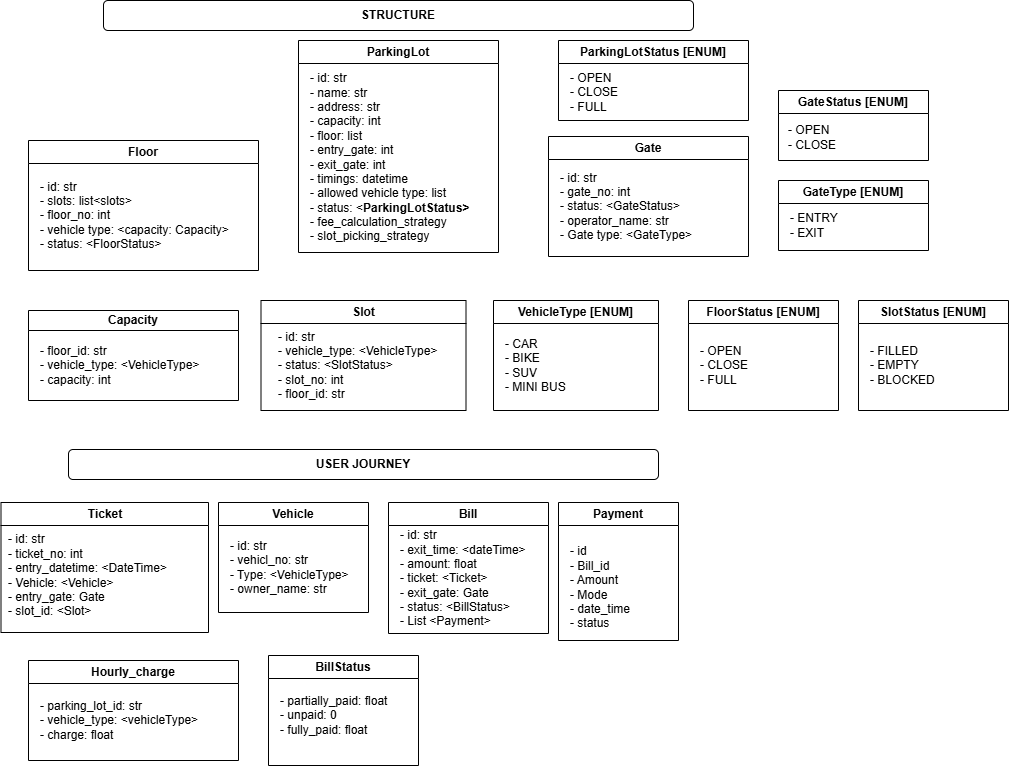
This is ParkingLot.png from ashu7mishra/ParkingLot, a draw.io export, as it was before one commit. Source tidied: cells renumbered, new cells last; positions are measured from the earlier drawing's top-left corner, leaving out a move shared by most shapes. The source it was exported from:
```xml
<mxGraphModel>
  <root>
    <mxCell id="0" />
    <mxCell id="1" parent="0" />
    <mxCell id="2" value="ParkingLot" style="swimlane;whiteSpace=wrap;html=1;" parent="1" vertex="1">
      <mxGeometry x="298" y="40" width="200" height="212" as="geometry" />
    </mxCell>
    <mxCell id="3" value="- id: str&lt;div&gt;- name: str&lt;/div&gt;&lt;div&gt;- address: str&lt;/div&gt;&lt;div&gt;- capacity: int&lt;/div&gt;&lt;div&gt;- floor: list&lt;/div&gt;&lt;div&gt;- entry_gate: int&lt;/div&gt;&lt;div&gt;- exit_gate: int&lt;/div&gt;&lt;div&gt;- timings: datetime&lt;/div&gt;&lt;div&gt;- allowed vehicle type: list&lt;/div&gt;&lt;div&gt;- status: &amp;lt;&lt;span style=&quot;font-weight: 700; text-align: center; text-wrap-mode: wrap; background-color: transparent; color: light-dark(rgb(0, 0, 0), rgb(255, 255, 255));&quot;&gt;ParkingLotStatus&amp;gt;&lt;/span&gt;&lt;/div&gt;&lt;div&gt;- fee_calculation_strategy&lt;/div&gt;&lt;div&gt;- slot_picking_strategy&lt;/div&gt;" style="text;html=1;align=left;verticalAlign=middle;strokeColor=none;fillColor=none;" parent="2" vertex="1">
      <mxGeometry x="10" y="22" width="180" height="190" as="geometry" />
    </mxCell>
    <mxCell id="4" value="Floor" style="swimlane;whiteSpace=wrap;html=1;" parent="1" vertex="1">
      <mxGeometry x="28" y="140" width="230" height="130" as="geometry" />
    </mxCell>
    <mxCell id="5" value="- id: str&lt;div&gt;- slots: list&amp;lt;slots&amp;gt;&lt;/div&gt;&lt;div&gt;- floor_no: int&lt;/div&gt;&lt;div&gt;- vehicle type: &amp;lt;capacity: Capacity&amp;gt;&lt;/div&gt;&lt;div&gt;- status: &amp;lt;FloorStatus&amp;gt;&lt;/div&gt;" style="text;html=1;align=left;verticalAlign=middle;strokeColor=none;fillColor=none;" parent="4" vertex="1">
      <mxGeometry x="10" y="30" width="210" height="90" as="geometry" />
    </mxCell>
    <mxCell id="6" value="Slot" style="swimlane;whiteSpace=wrap;html=1;" parent="1" vertex="1">
      <mxGeometry x="260.5" y="300" width="205" height="110" as="geometry" />
    </mxCell>
    <mxCell id="7" value="- id: str&lt;div&gt;- vehicle_type: &amp;lt;VehicleType&amp;gt;&lt;/div&gt;&lt;div&gt;- status: &amp;lt;SlotStatus&amp;gt;&lt;/div&gt;&lt;div&gt;- slot_no: int&lt;/div&gt;&lt;div&gt;- floor_id: str&lt;/div&gt;" style="text;html=1;align=left;verticalAlign=middle;strokeColor=none;fillColor=none;" parent="6" vertex="1">
      <mxGeometry x="15" y="20" width="180" height="90" as="geometry" />
    </mxCell>
    <mxCell id="8" value="Gate" style="swimlane;whiteSpace=wrap;html=1;" parent="1" vertex="1">
      <mxGeometry x="548" y="136" width="200" height="120" as="geometry" />
    </mxCell>
    <mxCell id="9" value="- id: str&lt;div&gt;- gate_no: int&lt;/div&gt;&lt;div&gt;- status: &amp;lt;GateStatus&amp;gt;&lt;/div&gt;&lt;div&gt;- operator_name: str&lt;/div&gt;&lt;div&gt;- Gate type: &amp;lt;GateType&amp;gt;&lt;/div&gt;" style="text;html=1;align=left;verticalAlign=middle;strokeColor=none;fillColor=none;" parent="8" vertex="1">
      <mxGeometry x="10" y="25" width="160" height="90" as="geometry" />
    </mxCell>
    <mxCell id="10" value="Ticket" style="swimlane;whiteSpace=wrap;html=1;" parent="1" vertex="1">
      <mxGeometry x="0.5" y="502" width="207.5" height="130" as="geometry" />
    </mxCell>
    <mxCell id="11" value="- id: str&lt;div&gt;- ticket_no: int&lt;/div&gt;&lt;div&gt;- entry_datetime: &amp;lt;DateTime&amp;gt;&lt;/div&gt;&lt;div&gt;- Vehicle: &amp;lt;Vehicle&amp;gt;&lt;/div&gt;&lt;div&gt;- entry_gate: Gate&lt;/div&gt;&lt;div&gt;- slot_id: &amp;lt;Slot&amp;gt;&lt;/div&gt;" style="text;html=1;align=left;verticalAlign=middle;strokeColor=none;fillColor=none;" parent="10" vertex="1">
      <mxGeometry x="5" y="23" width="180" height="100" as="geometry" />
    </mxCell>
    <mxCell id="12" value="Vehicle" style="swimlane;whiteSpace=wrap;html=1;" parent="1" vertex="1">
      <mxGeometry x="218" y="502" width="150" height="110" as="geometry" />
    </mxCell>
    <mxCell id="13" value="- id: str&lt;div&gt;- vehicl_no: str&lt;/div&gt;&lt;div&gt;- Type: &amp;lt;VehicleType&amp;gt;&lt;/div&gt;&lt;div&gt;- owner_name: str&lt;/div&gt;" style="text;html=1;align=left;verticalAlign=middle;strokeColor=none;fillColor=none;" parent="12" vertex="1">
      <mxGeometry x="10" y="30" width="140" height="70" as="geometry" />
    </mxCell>
    <mxCell id="14" value="Bill" style="swimlane;whiteSpace=wrap;html=1;" parent="1" vertex="1">
      <mxGeometry x="388" y="502" width="160" height="131" as="geometry" />
    </mxCell>
    <mxCell id="15" value="- id: str&lt;div&gt;- exit_time: &amp;lt;dateTime&amp;gt;&lt;/div&gt;&lt;div&gt;- amount: float&lt;/div&gt;&lt;div&gt;- ticket: &amp;lt;Ticket&amp;gt;&lt;/div&gt;&lt;div&gt;- exit_gate: Gate&lt;/div&gt;&lt;div&gt;- status: &amp;lt;BillStatus&amp;gt;&lt;/div&gt;&lt;div&gt;- List &amp;lt;Payment&amp;gt;&lt;/div&gt;" style="text;html=1;align=left;verticalAlign=middle;strokeColor=none;fillColor=none;" parent="14" vertex="1">
      <mxGeometry x="10" y="21" width="150" height="110" as="geometry" />
    </mxCell>
    <mxCell id="16" value="Payment" style="swimlane;whiteSpace=wrap;html=1;" parent="1" vertex="1">
      <mxGeometry x="558" y="502" width="120" height="138" as="geometry" />
    </mxCell>
    <mxCell id="17" value="- id&lt;div&gt;- Bill_id&lt;/div&gt;&lt;div&gt;- Amount&lt;/div&gt;&lt;div&gt;- Mode&lt;/div&gt;&lt;div&gt;- date_time&lt;/div&gt;&lt;div&gt;- status&lt;/div&gt;" style="text;html=1;align=left;verticalAlign=middle;strokeColor=none;fillColor=none;" parent="16" vertex="1">
      <mxGeometry x="10" y="35" width="80" height="100" as="geometry" />
    </mxCell>
    <mxCell id="18" value="&lt;b&gt;USER JOURNEY&lt;/b&gt;" style="rounded=1;whiteSpace=wrap;html=1;" parent="1" vertex="1">
      <mxGeometry x="68" y="449" width="590" height="30" as="geometry" />
    </mxCell>
    <mxCell id="19" value="&lt;b&gt;STRUCTURE&lt;/b&gt;" style="rounded=1;whiteSpace=wrap;html=1;" parent="1" vertex="1">
      <mxGeometry x="103" width="590" height="30" as="geometry" />
    </mxCell>
    <mxCell id="20" value="Hourly_charge" style="swimlane;whiteSpace=wrap;html=1;" parent="1" vertex="1">
      <mxGeometry x="28" y="660" width="210" height="100" as="geometry" />
    </mxCell>
    <mxCell id="21" value="- parking_lot_id: str&lt;div&gt;- vehicle_type: &amp;lt;vehicleType&amp;gt;&lt;/div&gt;&lt;div&gt;- charge: float&lt;/div&gt;" style="text;html=1;align=left;verticalAlign=middle;strokeColor=none;fillColor=none;" parent="20" vertex="1">
      <mxGeometry x="10" y="30" width="180" height="60" as="geometry" />
    </mxCell>
    <mxCell id="22" value="Capacity" style="swimlane;whiteSpace=wrap;html=1;startSize=20;" parent="1" vertex="1">
      <mxGeometry x="28" y="310" width="210" height="90" as="geometry" />
    </mxCell>
    <mxCell id="23" value="- floor_id: str&lt;div&gt;- vehicle_type: &amp;lt;VehicleType&amp;gt;&lt;/div&gt;&lt;div&gt;- capacity: int&lt;/div&gt;" style="text;html=1;align=left;verticalAlign=middle;strokeColor=none;fillColor=none;" parent="22" vertex="1">
      <mxGeometry x="10" y="25" width="180" height="60" as="geometry" />
    </mxCell>
    <mxCell id="24" value="VehicleType [ENUM]" style="swimlane;whiteSpace=wrap;html=1;" parent="1" vertex="1">
      <mxGeometry x="493" y="300" width="165" height="110" as="geometry" />
    </mxCell>
    <mxCell id="25" value="- CAR&lt;div&gt;- BIKE&lt;/div&gt;&lt;div&gt;- SUV&lt;/div&gt;&lt;div&gt;- MINI BUS&lt;/div&gt;" style="text;html=1;align=left;verticalAlign=middle;strokeColor=none;fillColor=none;" parent="24" vertex="1">
      <mxGeometry x="10" y="30" width="80" height="70" as="geometry" />
    </mxCell>
    <mxCell id="26" value="FloorStatus [ENUM]" style="swimlane;whiteSpace=wrap;html=1;" parent="1" vertex="1">
      <mxGeometry x="688" y="300" width="150" height="110" as="geometry" />
    </mxCell>
    <mxCell id="27" value="- OPEN&lt;div&gt;- CLOSE&lt;/div&gt;&lt;div&gt;- FULL&lt;/div&gt;" style="text;html=1;align=left;verticalAlign=middle;strokeColor=none;fillColor=none;" parent="26" vertex="1">
      <mxGeometry x="10" y="35" width="70" height="60" as="geometry" />
    </mxCell>
    <mxCell id="28" value="GateStatus [ENUM]" style="swimlane;whiteSpace=wrap;html=1;" parent="1" vertex="1">
      <mxGeometry x="778" y="90" width="150" height="70" as="geometry" />
    </mxCell>
    <mxCell id="29" value="- OPEN&lt;div&gt;- CLOSE&lt;/div&gt;" style="text;html=1;align=left;verticalAlign=middle;strokeColor=none;fillColor=none;" parent="28" vertex="1">
      <mxGeometry x="8" y="27" width="70" height="40" as="geometry" />
    </mxCell>
    <mxCell id="30" value="GateType [ENUM]" style="swimlane;whiteSpace=wrap;html=1;" parent="1" vertex="1">
      <mxGeometry x="778" y="180" width="150" height="70" as="geometry" />
    </mxCell>
    <mxCell id="31" value="- ENTRY&lt;div&gt;- EXIT&lt;/div&gt;" style="text;html=1;align=left;verticalAlign=middle;strokeColor=none;fillColor=none;" parent="30" vertex="1">
      <mxGeometry x="10" y="25" width="70" height="40" as="geometry" />
    </mxCell>
    <mxCell id="32" value="ParkingLotStatus [ENUM]" style="swimlane;whiteSpace=wrap;html=1;" parent="1" vertex="1">
      <mxGeometry x="558" y="40" width="190" height="80" as="geometry" />
    </mxCell>
    <mxCell id="33" value="- OPEN&lt;div&gt;- CLOSE&lt;/div&gt;&lt;div&gt;- FULL&lt;/div&gt;" style="text;html=1;align=left;verticalAlign=middle;strokeColor=none;fillColor=none;" parent="32" vertex="1">
      <mxGeometry x="10" y="22" width="70" height="60" as="geometry" />
    </mxCell>
    <mxCell id="34" value="SlotStatus [ENUM]" style="swimlane;whiteSpace=wrap;html=1;" parent="1" vertex="1">
      <mxGeometry x="858" y="300" width="150" height="110" as="geometry" />
    </mxCell>
    <mxCell id="35" value="- FILLED&lt;div&gt;- EMPTY&lt;/div&gt;&lt;div&gt;- BLOCKED&lt;/div&gt;" style="text;html=1;align=left;verticalAlign=middle;strokeColor=none;fillColor=none;" parent="34" vertex="1">
      <mxGeometry x="10" y="35" width="90" height="60" as="geometry" />
    </mxCell>
    <mxCell id="36" value="BillStatus" style="swimlane;whiteSpace=wrap;html=1;" parent="1" vertex="1">
      <mxGeometry x="268" y="655" width="150" height="110" as="geometry" />
    </mxCell>
    <mxCell id="37" value="- partially_paid: float&lt;div&gt;- unpaid: 0&lt;/div&gt;&lt;div&gt;- fully_paid: float&lt;/div&gt;" style="text;html=1;align=left;verticalAlign=middle;strokeColor=none;fillColor=none;" parent="36" vertex="1">
      <mxGeometry x="10" y="30" width="130" height="60" as="geometry" />
    </mxCell>
  </root>
</mxGraphModel>
```
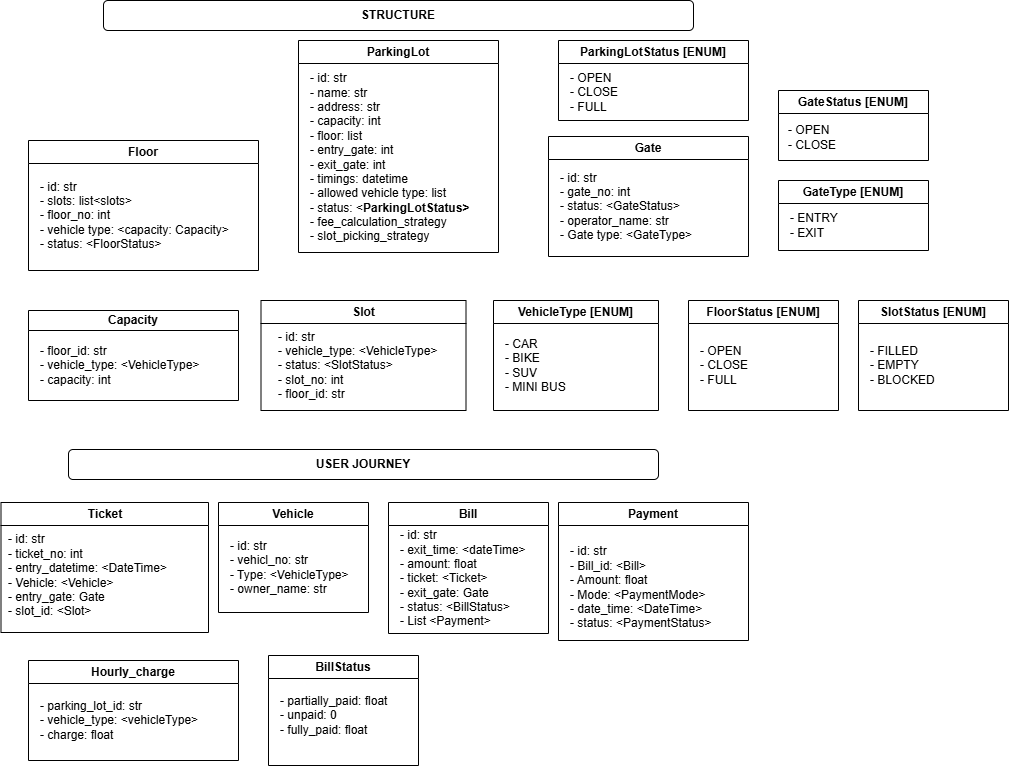
The same file after the commit.

What changed in the source:
```diff
@@ -45,10 +45,10 @@
       <mxGeometry x="10" y="21" width="150" height="110" as="geometry" />
     </mxCell>
     <mxCell id="16" value="Payment" style="swimlane;whiteSpace=wrap;html=1;" parent="1" vertex="1">
-      <mxGeometry x="558" y="502" width="120" height="138" as="geometry" />
+      <mxGeometry x="558" y="502" width="190" height="138" as="geometry" />
     </mxCell>
-    <mxCell id="17" value="- id&lt;div&gt;- Bill_id&lt;/div&gt;&lt;div&gt;- Amount&lt;/div&gt;&lt;div&gt;- Mode&lt;/div&gt;&lt;div&gt;- date_time&lt;/div&gt;&lt;div&gt;- status&lt;/div&gt;" style="text;html=1;align=left;verticalAlign=middle;strokeColor=none;fillColor=none;" parent="16" vertex="1">
-      <mxGeometry x="10" y="35" width="80" height="100" as="geometry" />
+    <mxCell id="17" value="- id: str&lt;div&gt;- Bill_id: &amp;lt;Bill&amp;gt;&lt;/div&gt;&lt;div&gt;- Amount: float&lt;/div&gt;&lt;div&gt;- Mode: &amp;lt;PaymentMode&amp;gt;&lt;/div&gt;&lt;div&gt;- date_time: &amp;lt;DateTime&amp;gt;&lt;/div&gt;&lt;div&gt;- status: &amp;lt;PaymentStatus&amp;gt;&lt;/div&gt;" style="text;html=1;align=left;verticalAlign=middle;strokeColor=none;fillColor=none;" parent="16" vertex="1">
+      <mxGeometry x="10" y="35" width="160" height="100" as="geometry" />
     </mxCell>
     <mxCell id="18" value="&lt;b&gt;USER JOURNEY&lt;/b&gt;" style="rounded=1;whiteSpace=wrap;html=1;" parent="1" vertex="1">
       <mxGeometry x="68" y="449" width="590" height="30" as="geometry" />
```
